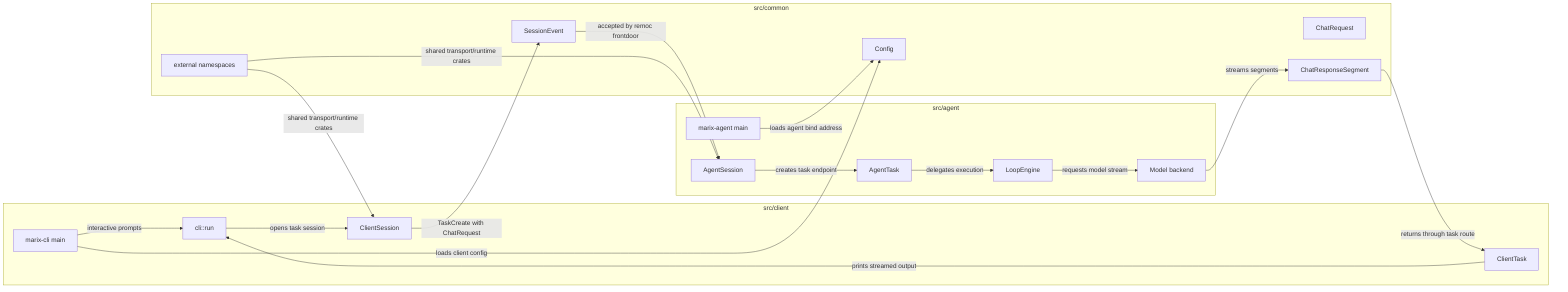
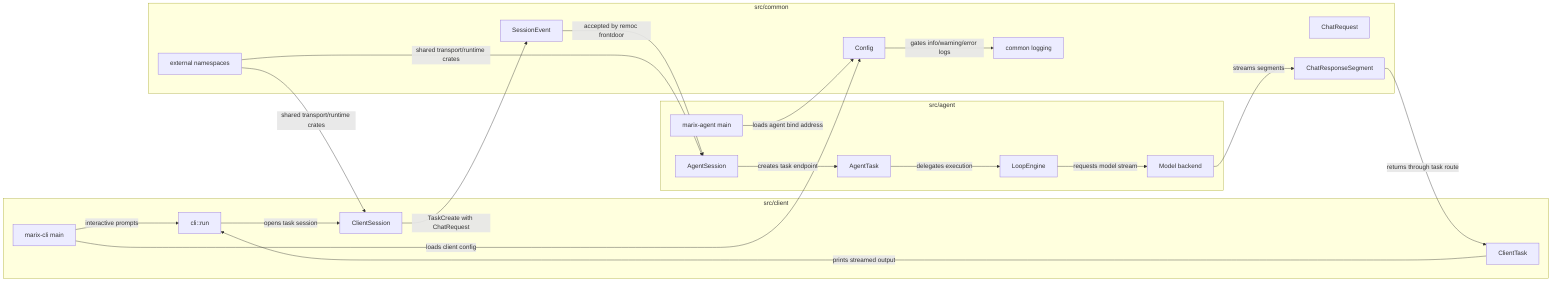
flowchart LR
  subgraph client["src/client"]
    CliEntry["marix-cli main"]
    CliRun["cli::run"]
    ClientSession["ClientSession"]
    ClientTask["ClientTask"]
  end

  subgraph agent["src/agent"]
    AgentEntry["marix-agent main"]
    AgentSession["AgentSession"]
    AgentTask["AgentTask"]
    LoopEngine["LoopEngine"]
    ModelBackend["Model backend"]
  end

  subgraph common["src/common"]
    Config["Config"]
+     CommonLogging["common logging"]
    SessionEvent["SessionEvent"]
    ChatRequest["ChatRequest"]
    ChatResponseSegment["ChatResponseSegment"]
    ExternalNamespaces["external namespaces"]
  end

  CliEntry -->|"loads client config"| Config
  AgentEntry -->|"loads agent bind address"| Config
+   Config -->|"gates info/warning/error logs"| CommonLogging
  CliEntry -->|"interactive prompts"| CliRun
  CliRun -->|"opens task session"| ClientSession
  ClientSession -->|"TaskCreate with ChatRequest"| SessionEvent
  SessionEvent -->|"accepted by remoc frontdoor"| AgentSession
  AgentSession -->|"creates task endpoint"| AgentTask
  AgentTask -->|"delegates execution"| LoopEngine
  LoopEngine -->|"requests model stream"| ModelBackend
  ModelBackend -->|"streams segments"| ChatResponseSegment
  ChatResponseSegment -->|"returns through task route"| ClientTask
  ClientTask -->|"prints streamed output"| CliRun
  ExternalNamespaces -->|"shared transport/runtime crates"| ClientSession
  ExternalNamespaces -->|"shared transport/runtime crates"| AgentSession
